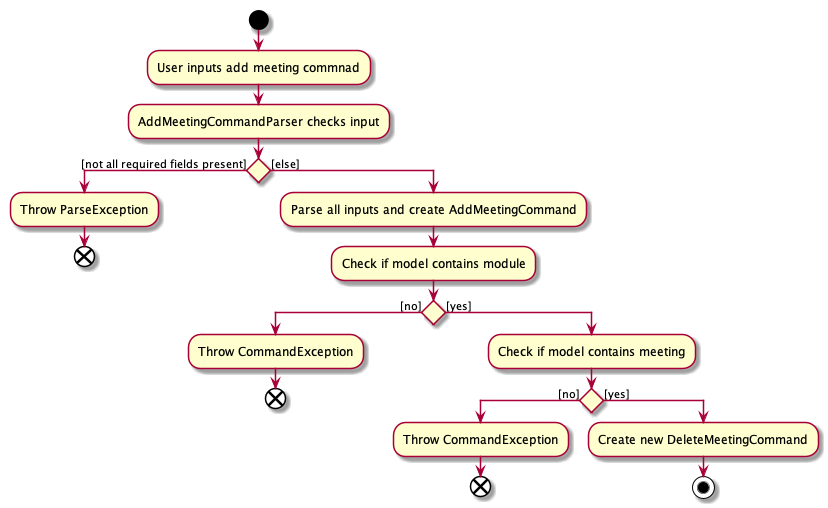
The PlantUML diagram docs/images/DeleteMeetingActivityDiagram.png in nus-cs2103-AY2021S1/tp, before a commit. The source it was exported from:
```plantuml
@startuml
start
:User inputs add meeting commnad;
:AddMeetingCommandParser checks input;
if () then ([not all required fields present])
    :Throw ParseException;
    end
else ([else])
    :Parse all inputs and create AddMeetingCommand;
    :Check if model contains module;
    if () then ([no])
        :Throw CommandException;
        end
    else ([yes])
        :Check if model contains meeting;
        if () then ([no])
            :Throw CommandException;
            end
        else ([yes])
            :Create new DeleteMeetingCommand;
            stop
@enduml
```
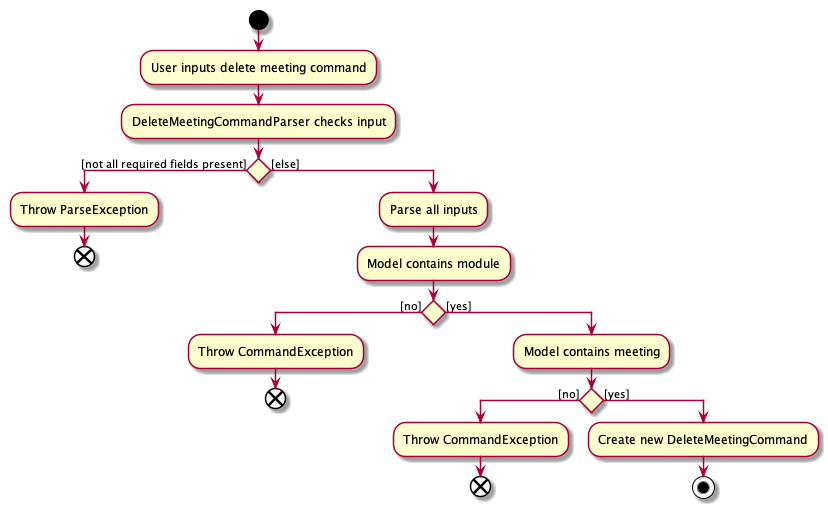
The same diagram one commit later.

What changed in the source:
```diff
@@ -1,18 +1,18 @@
 @startuml
 start
-:User inputs add meeting commnad;
-:AddMeetingCommandParser checks input;
+:User inputs delete meeting command;
+:DeleteMeetingCommandParser checks input;
 if () then ([not all required fields present])
     :Throw ParseException;
     end
 else ([else])
-    :Parse all inputs and create AddMeetingCommand;
-    :Check if model contains module;
+    :Parse all inputs;
+    :Model contains module;
     if () then ([no])
         :Throw CommandException;
         end
     else ([yes])
-        :Check if model contains meeting;
+        :Model contains meeting;
         if () then ([no])
             :Throw CommandException;
             end
```
